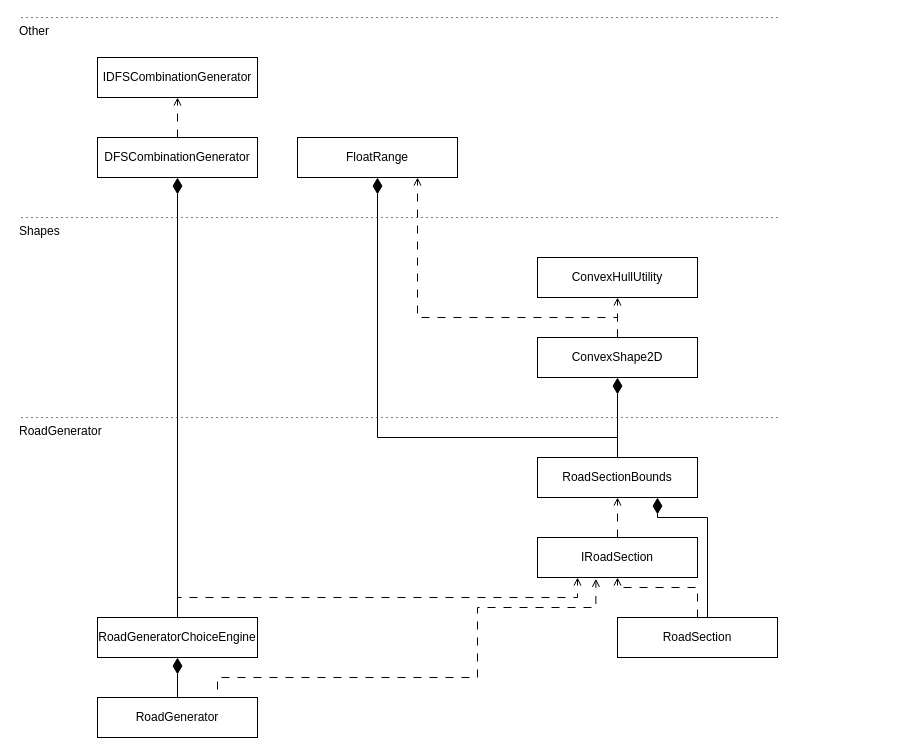
The draw.io diagram Assets/Scripts/Architecture.drawio in JohnnyHowe/infinite-drifto-road-generation, before the edit. Source tidied: cells renumbered, new cells numbered last; positions are measured from the earlier drawing's top-left corner, leaving out a move shared by most shapes. Both pictures are drawn from the tidied source at 100%, with x=0, y=0 at pixel (17, 17).
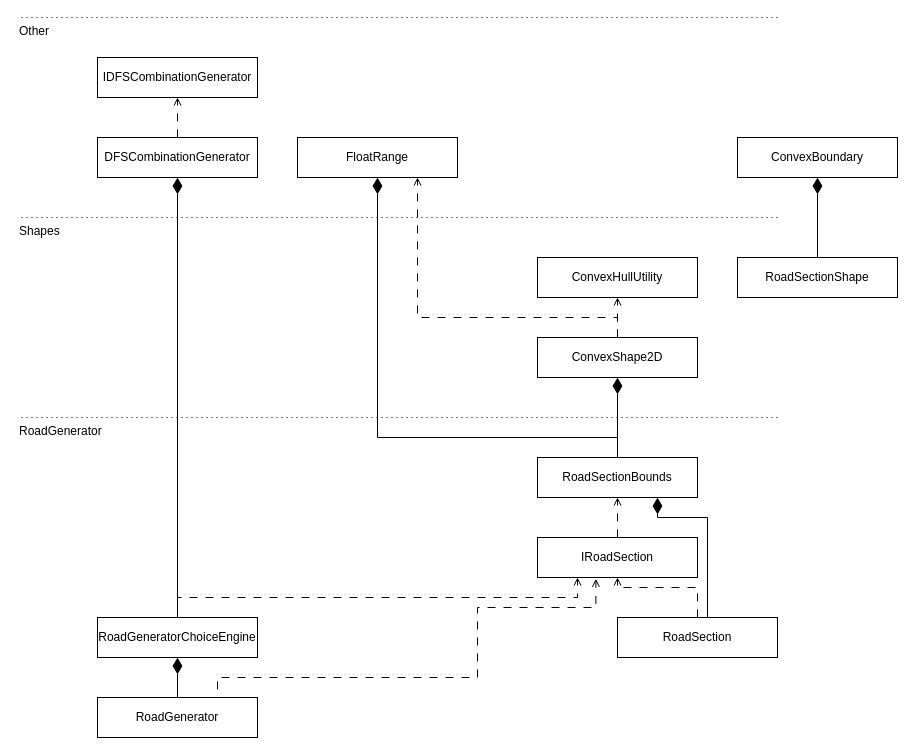
After the change.

Commit message (it also covers changes not shown here):
RoadSectionShape and ConvexBoundary skeletons

The edit, as a diff of the source:
```diff
@@
+    <mxCell id="30" value="ConvexBoundary" style="rounded=0;whiteSpace=wrap;html=1;" parent="1" vertex="1">
+      <mxGeometry x="720" y="120" width="160" height="40" as="geometry" />
+    </mxCell>
+    <mxCell id="31" style="edgeStyle=orthogonalEdgeStyle;rounded=0;jettySize=auto;html=1;exitX=0.5;exitY=0;exitDx=0;exitDy=0;entryX=0.5;entryY=1;entryDx=0;entryDy=0;endArrow=diamondThin;endFill=1;endSize=14;" parent="1" edge="1" source="32" target="30">
+      <mxGeometry relative="1" as="geometry" />
+    </mxCell>
+    <mxCell id="32" value="RoadSectionShape" style="rounded=0;whiteSpace=wrap;html=1;" parent="1" vertex="1">
+      <mxGeometry x="720" y="240" width="160" height="40" as="geometry" />
+    </mxCell>
```
